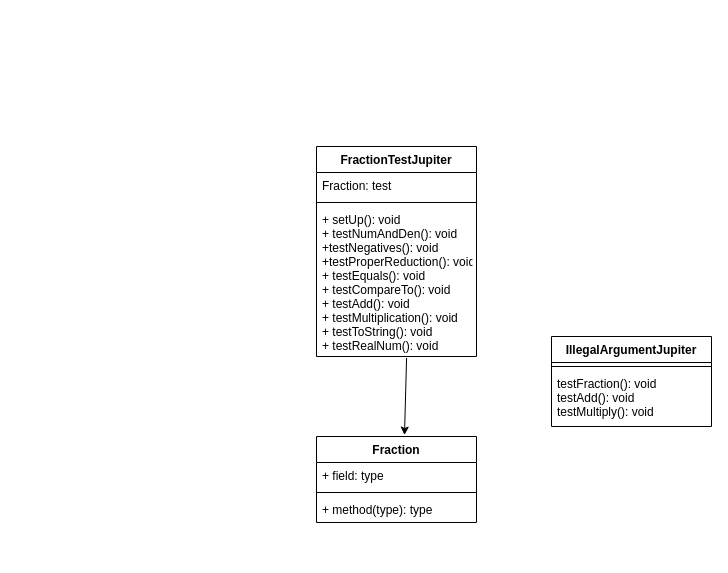
freddy-lopez/Assignment3Fraction keeps this draw.io diagram as TeamAssignment3_UML.drawio. Above is the earlier version. Source tidied: cells renumbered, new cells numbered last; positions are measured from the earlier drawing's top-left corner, leaving out a move shared by most shapes. Both pictures are drawn from the tidied source at 100%, with x=0, y=0 at pixel (316, 146).
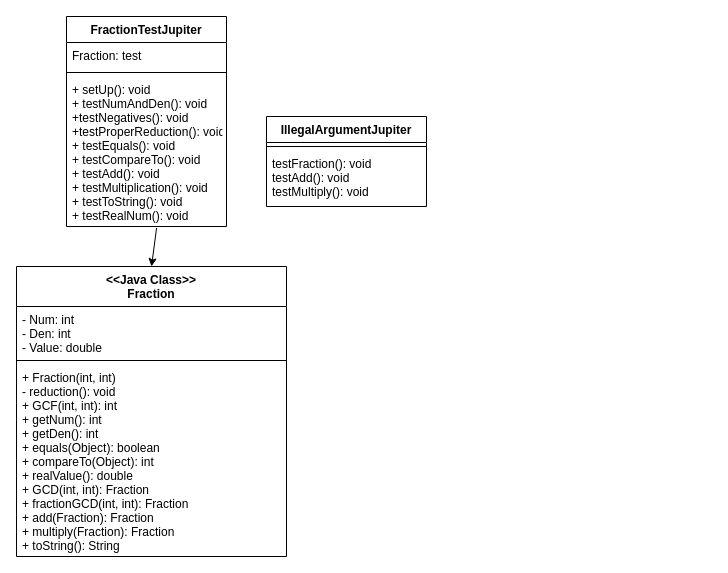
After the change.

Diff of the diagram source:
```diff
@@
 <mxGraphModel>
   <root>
     <mxCell id="0" />
     <mxCell id="1" parent="0" />
     <mxCell id="2" value="IllegalArgumentJupiter" style="swimlane;fontStyle=1;align=center;verticalAlign=top;horizontal=1;startSize=26;" parent="1" vertex="1">
-      <mxGeometry x="235" y="190" width="160" height="90" as="geometry" />
+      <mxGeometry x="-50" y="-30" width="160" height="90" as="geometry" />
     </mxCell>
     <mxCell id="3" style="line;strokeWidth=1;fillColor=none;align=left;verticalAlign=middle;spacingTop=-1;spacingLeft=3;spacingRight=3;labelPosition=right;" parent="2" vertex="1">
       <mxGeometry y="26" width="160" height="8" as="geometry" />
     </mxCell>
     <mxCell id="4" value="testFraction(): void&#10;testAdd(): void&#10;testMultiply(): void" style="text;strokeColor=none;fillColor=none;align=left;verticalAlign=top;spacingLeft=4;spacingRight=4;overflow=hidden;" parent="2" vertex="1">
       <mxGeometry y="34" width="160" height="56" as="geometry" />
     </mxCell>
     <mxCell id="5" value="FractionTestJupiter" style="swimlane;fontStyle=1;align=center;verticalAlign=top;horizontal=1;startSize=26;" parent="1" vertex="1">
-      <mxGeometry width="160" height="210" as="geometry" />
+      <mxGeometry x="-250" y="-130" width="160" height="210" as="geometry" />
     </mxCell>
     <mxCell id="6" value="Fraction: test" style="text;strokeColor=none;fillColor=none;align=left;verticalAlign=top;spacingLeft=4;spacingRight=4;overflow=hidden;" parent="5" vertex="1">
       <mxGeometry y="26" width="160" height="26" as="geometry" />
     </mxCell>
     <mxCell id="7" style="line;strokeWidth=1;fillColor=none;align=left;verticalAlign=middle;spacingTop=-1;spacingLeft=3;spacingRight=3;labelPosition=right;" parent="5" vertex="1">
       <mxGeometry y="52" width="160" height="8" as="geometry" />
     </mxCell>
     <mxCell id="8" value="+ setUp(): void&#10;+ testNumAndDen(): void&#10;+testNegatives(): void&#10;+testProperReduction(): void&#10;+ testEquals(): void&#10;+ testCompareTo(): void&#10;+ testAdd(): void&#10;+ testMultiplication(): void&#10;+ testToString(): void&#10;+ testRealNum(): void&#10;" style="text;strokeColor=none;fillColor=none;align=left;verticalAlign=top;spacingLeft=4;spacingRight=4;overflow=hidden;points=[[0,0.5],[1,0.5]];portConstraint=eastwest;" parent="5" vertex="1">
       <mxGeometry y="60" width="160" height="150" as="geometry" />
     </mxCell>
-    <mxCell id="9" value="Fraction" style="swimlane;fontStyle=1;align=center;verticalAlign=top;horizontal=1;startSize=26;" parent="1" vertex="1">
-      <mxGeometry y="290" width="160" height="86" as="geometry" />
-    </mxCell>
-    <mxCell id="10" value="+ field: type" style="text;strokeColor=none;fillColor=none;align=left;verticalAlign=top;spacingLeft=4;spacingRight=4;overflow=hidden;" parent="9" vertex="1">
-      <mxGeometry y="26" width="160" height="26" as="geometry" />
-    </mxCell>
-    <mxCell id="11" style="line;strokeWidth=1;fillColor=none;align=left;verticalAlign=middle;spacingTop=-1;spacingLeft=3;spacingRight=3;labelPosition=right;" parent="9" vertex="1">
-      <mxGeometry y="52" width="160" height="8" as="geometry" />
-    </mxCell>
-    <mxCell id="12" value="+ method(type): type" style="text;strokeColor=none;fillColor=none;align=left;verticalAlign=top;spacingLeft=4;spacingRight=4;overflow=hidden;" parent="9" vertex="1">
-      <mxGeometry y="60" width="160" height="26" as="geometry" />
-    </mxCell>
-    <mxCell id="13" style="endArrow=classic;html=1;exitX=0.563;exitY=1.01;exitDx=0;exitDy=0;exitPerimeter=0;entryX=0.55;entryY=-0.017;entryDx=0;entryDy=0;entryPerimeter=0;" parent="1" edge="1" source="8" target="9">
+    <mxCell id="13" style="endArrow=classic;html=1;exitX=0.563;exitY=1.01;exitDx=0;exitDy=0;exitPerimeter=0;entryX=0.5;entryY=0;entryDx=0;entryDy=0;" parent="1" edge="1" source="8" target="14">
       <mxGeometry relative="1" as="geometry" />
     </mxCell>
+    <mxCell id="14" value="&lt;&lt;Java Class&gt;&gt;&#10;Fraction" style="swimlane;fontStyle=1;align=center;verticalAlign=top;horizontal=1;startSize=40;" parent="1" vertex="1">
+      <mxGeometry x="-300" y="120" width="270" height="290" as="geometry" />
+    </mxCell>
+    <mxCell id="15" value="- Num: int&#10;- Den: int&#10;- Value: double" style="text;strokeColor=none;fillColor=none;align=left;verticalAlign=top;spacingLeft=4;spacingRight=4;overflow=hidden;" parent="14" vertex="1">
+      <mxGeometry y="40" width="270" height="50" as="geometry" />
+    </mxCell>
+    <mxCell id="16" style="line;strokeWidth=1;fillColor=none;align=left;verticalAlign=middle;spacingTop=-1;spacingLeft=3;spacingRight=3;labelPosition=right;" parent="14" vertex="1">
+      <mxGeometry y="90" width="270" height="8" as="geometry" />
+    </mxCell>
+    <mxCell id="17" value="+ Fraction(int, int)&#10;- reduction(): void&#10;+ GCF(int, int): int&#10;+ getNum(): int&#10;+ getDen(): int&#10;+ equals(Object): boolean&#10;+ compareTo(Object): int&#10;+ realValue(): double&#10;+ GCD(int, int): Fraction&#10;+ fractionGCD(int, int): Fraction&#10;+ add(Fraction): Fraction&#10;+ multiply(Fraction): Fraction&#10;+ toString(): String" style="text;strokeColor=none;fillColor=none;align=left;verticalAlign=top;spacingLeft=4;spacingRight=4;overflow=hidden;" parent="14" vertex="1">
+      <mxGeometry y="98" width="270" height="192" as="geometry" />
+    </mxCell>
   </root>
 </mxGraphModel>
```
